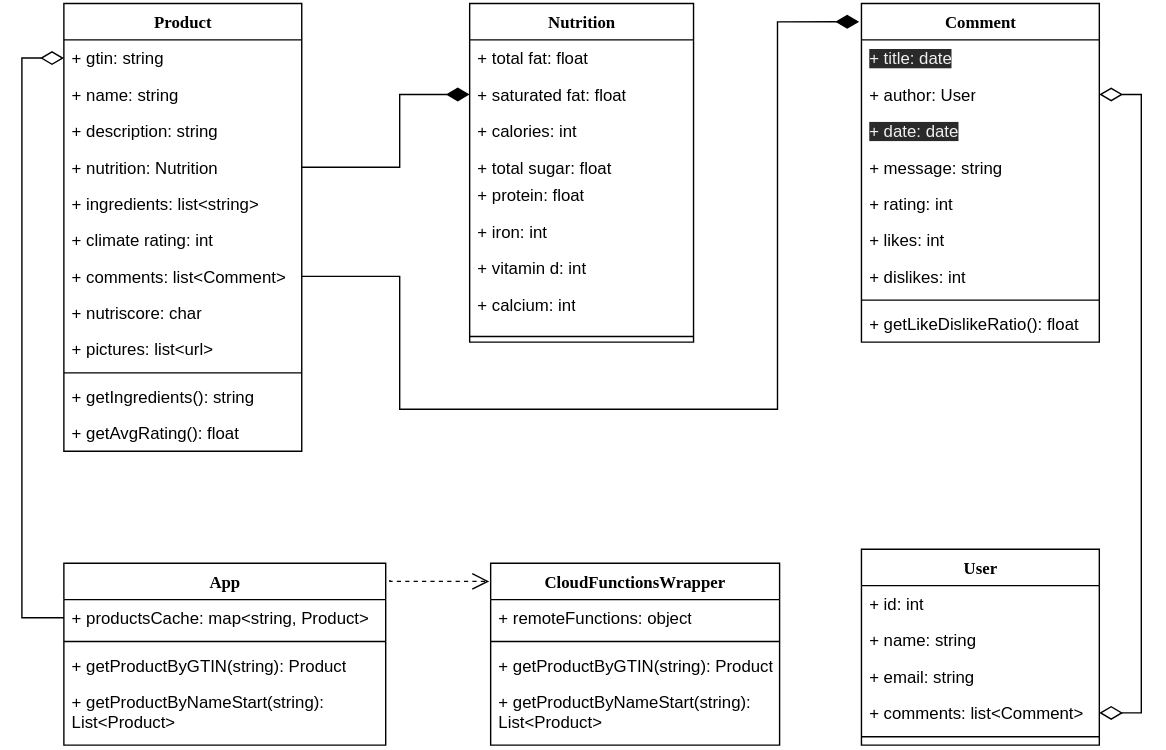
Above: resources/Class_Diagram.svg in TeamNewtry/NewtryDocumentation (draw.io), before the change. Source tidied: cells renumbered, new cells last; positions are measured from the earlier drawing's top-left corner, leaving out a move shared by most shapes. The source it was exported from:
```xml
<mxGraphModel>
  <root>
    <mxCell id="0" />
    <mxCell id="1" parent="0" />
    <mxCell id="2" value="Product" style="swimlane;html=1;fontStyle=1;align=center;verticalAlign=top;horizontal=1;startSize=26;swimlaneFillColor=none;rounded=0;shadow=0;comic=0;labelBackgroundColor=none;strokeWidth=1;fillColor=none;fontFamily=Verdana;fontSize=12;" parent="1" vertex="1">
      <mxGeometry width="170" height="320" as="geometry" />
    </mxCell>
    <mxCell id="3" value="+ gtin: string" style="text;html=1;strokeColor=none;fillColor=none;align=left;verticalAlign=top;spacingLeft=4;spacingRight=4;whiteSpace=wrap;overflow=hidden;points=[[0,0.5],[1,0.5]];portConstraint=eastwest;" parent="2" vertex="1">
      <mxGeometry y="26" width="170" height="26" as="geometry" />
    </mxCell>
    <mxCell id="4" value="+ name: string" style="text;html=1;strokeColor=none;fillColor=none;align=left;verticalAlign=top;spacingLeft=4;spacingRight=4;whiteSpace=wrap;overflow=hidden;" parent="2" vertex="1">
      <mxGeometry y="52" width="170" height="26" as="geometry" />
    </mxCell>
    <mxCell id="5" value="+ description: string" style="text;html=1;strokeColor=none;fillColor=none;align=left;verticalAlign=top;spacingLeft=4;spacingRight=4;whiteSpace=wrap;overflow=hidden;" parent="2" vertex="1">
      <mxGeometry y="78" width="170" height="26" as="geometry" />
    </mxCell>
    <mxCell id="6" value="+ nutrition: Nutrition" style="text;html=1;strokeColor=none;fillColor=none;align=left;verticalAlign=top;spacingLeft=4;spacingRight=4;whiteSpace=wrap;overflow=hidden;points=[[0,0.5],[1,0.5]];portConstraint=eastwest;" parent="2" vertex="1">
      <mxGeometry y="104" width="170" height="26" as="geometry" />
    </mxCell>
    <mxCell id="7" value="+ ingredients: list&amp;lt;string&amp;gt;" style="text;html=1;strokeColor=none;fillColor=none;align=left;verticalAlign=top;spacingLeft=4;spacingRight=4;whiteSpace=wrap;overflow=hidden;" parent="2" vertex="1">
      <mxGeometry y="130" width="170" height="26" as="geometry" />
    </mxCell>
    <mxCell id="8" value="+ climate rating: int" style="text;html=1;strokeColor=none;fillColor=none;align=left;verticalAlign=top;spacingLeft=4;spacingRight=4;whiteSpace=wrap;overflow=hidden;" parent="2" vertex="1">
      <mxGeometry y="156" width="170" height="26" as="geometry" />
    </mxCell>
    <mxCell id="9" value="+ comments: list&amp;lt;Comment&amp;gt;" style="text;html=1;strokeColor=none;fillColor=none;align=left;verticalAlign=top;spacingLeft=4;spacingRight=4;whiteSpace=wrap;overflow=hidden;points=[[0,0.5],[1,0.5]];portConstraint=eastwest;" parent="2" vertex="1">
      <mxGeometry y="182" width="170" height="26" as="geometry" />
    </mxCell>
    <mxCell id="10" value="+ nutriscore: char" style="text;html=1;strokeColor=none;fillColor=none;align=left;verticalAlign=top;spacingLeft=4;spacingRight=4;whiteSpace=wrap;overflow=hidden;" parent="2" vertex="1">
      <mxGeometry y="208" width="170" height="26" as="geometry" />
    </mxCell>
    <mxCell id="11" value="+ pictures: list&amp;lt;url&amp;gt;" style="text;html=1;strokeColor=none;fillColor=none;align=left;verticalAlign=top;spacingLeft=4;spacingRight=4;whiteSpace=wrap;overflow=hidden;" parent="2" vertex="1">
      <mxGeometry y="234" width="170" height="26" as="geometry" />
    </mxCell>
    <mxCell id="12" style="line;html=1;strokeWidth=1;fillColor=none;align=left;verticalAlign=middle;spacingTop=-1;spacingLeft=3;spacingRight=3;labelPosition=right;" parent="2" vertex="1">
      <mxGeometry y="260" width="170" height="8" as="geometry" />
    </mxCell>
    <mxCell id="13" value="+ getIngredients(): string" style="text;html=1;strokeColor=none;fillColor=none;align=left;verticalAlign=top;spacingLeft=4;spacingRight=4;whiteSpace=wrap;overflow=hidden;" parent="2" vertex="1">
      <mxGeometry y="268" width="170" height="26" as="geometry" />
    </mxCell>
    <mxCell id="14" value="+ getAvgRating(): float" style="text;html=1;strokeColor=none;fillColor=none;align=left;verticalAlign=top;spacingLeft=4;spacingRight=4;whiteSpace=wrap;overflow=hidden;" parent="2" vertex="1">
      <mxGeometry y="294" width="170" height="26" as="geometry" />
    </mxCell>
    <mxCell id="15" value="Nutrition" style="swimlane;html=1;fontStyle=1;align=center;verticalAlign=top;horizontal=1;startSize=26;swimlaneFillColor=none;rounded=0;shadow=0;comic=0;labelBackgroundColor=none;strokeWidth=1;fillColor=none;fontFamily=Verdana;fontSize=12;" parent="1" vertex="1">
      <mxGeometry x="290" width="160" height="242" as="geometry" />
    </mxCell>
    <mxCell id="16" value="+ total fat: float" style="text;html=1;strokeColor=none;fillColor=none;align=left;verticalAlign=top;spacingLeft=4;spacingRight=4;whiteSpace=wrap;overflow=hidden;" parent="15" vertex="1">
      <mxGeometry y="26" width="160" height="26" as="geometry" />
    </mxCell>
    <mxCell id="17" value="+ saturated fat: float" style="text;html=1;strokeColor=none;fillColor=none;align=left;verticalAlign=top;spacingLeft=4;spacingRight=4;whiteSpace=wrap;overflow=hidden;points=[[0,0.5],[1,0.5]];portConstraint=eastwest;" parent="15" vertex="1">
      <mxGeometry y="52" width="160" height="26" as="geometry" />
    </mxCell>
    <mxCell id="18" value="+ calories: int" style="text;html=1;strokeColor=none;fillColor=none;align=left;verticalAlign=top;spacingLeft=4;spacingRight=4;whiteSpace=wrap;overflow=hidden;" parent="15" vertex="1">
      <mxGeometry y="78" width="160" height="26" as="geometry" />
    </mxCell>
    <mxCell id="19" value="+ total sugar: float" style="text;html=1;strokeColor=none;fillColor=none;align=left;verticalAlign=top;spacingLeft=4;spacingRight=4;whiteSpace=wrap;overflow=hidden;" parent="15" vertex="1">
      <mxGeometry y="104" width="160" height="20" as="geometry" />
    </mxCell>
    <mxCell id="20" value="+ protein: float" style="text;html=1;strokeColor=none;fillColor=none;align=left;verticalAlign=top;spacingLeft=4;spacingRight=4;whiteSpace=wrap;overflow=hidden;" parent="15" vertex="1">
      <mxGeometry y="124" width="160" height="26" as="geometry" />
    </mxCell>
    <mxCell id="21" value="+ iron: int" style="text;html=1;strokeColor=none;fillColor=none;align=left;verticalAlign=top;spacingLeft=4;spacingRight=4;whiteSpace=wrap;overflow=hidden;" parent="15" vertex="1">
      <mxGeometry y="150" width="160" height="26" as="geometry" />
    </mxCell>
    <mxCell id="22" value="+ vitamin d: int" style="text;html=1;strokeColor=none;fillColor=none;align=left;verticalAlign=top;spacingLeft=4;spacingRight=4;whiteSpace=wrap;overflow=hidden;" parent="15" vertex="1">
      <mxGeometry y="176" width="160" height="26" as="geometry" />
    </mxCell>
    <mxCell id="23" value="+ calcium: int" style="text;html=1;strokeColor=none;fillColor=none;align=left;verticalAlign=top;spacingLeft=4;spacingRight=4;whiteSpace=wrap;overflow=hidden;" parent="15" vertex="1">
      <mxGeometry y="202" width="160" height="32" as="geometry" />
    </mxCell>
    <mxCell id="24" style="line;html=1;strokeWidth=1;fillColor=none;align=left;verticalAlign=middle;spacingTop=-1;spacingLeft=3;spacingRight=3;labelPosition=right;" parent="15" vertex="1">
      <mxGeometry y="234" width="160" height="8" as="geometry" />
    </mxCell>
    <mxCell id="25" style="edgeStyle=orthogonalEdgeStyle;rounded=0;jettySize=auto;html=1;exitX=1.013;exitY=0.092;exitDx=0;exitDy=0;entryX=-0.005;entryY=0.1;entryDx=0;entryDy=0;dashed=1;endArrow=open;endFill=0;endSize=10;exitPerimeter=0;entryPerimeter=0;" parent="1" edge="1" source="26" target="41">
      <mxGeometry relative="1" as="geometry">
        <Array as="points">
          <mxPoint x="233" y="413" />
        </Array>
      </mxGeometry>
    </mxCell>
    <mxCell id="26" value="App" style="swimlane;html=1;fontStyle=1;align=center;verticalAlign=top;horizontal=1;startSize=26;swimlaneFillColor=none;rounded=0;shadow=0;comic=0;labelBackgroundColor=none;strokeWidth=1;fillColor=none;fontFamily=Verdana;fontSize=12;" parent="1" vertex="1">
      <mxGeometry y="400" width="230" height="130" as="geometry" />
    </mxCell>
    <mxCell id="27" value="+ productsCache: map&amp;lt;string, Product&amp;gt;" style="text;html=1;strokeColor=none;fillColor=none;align=left;verticalAlign=top;spacingLeft=4;spacingRight=4;whiteSpace=wrap;overflow=hidden;points=[[0,0.5],[1,0.5]];portConstraint=eastwest;" parent="26" vertex="1">
      <mxGeometry y="26" width="230" height="26" as="geometry" />
    </mxCell>
    <mxCell id="28" style="line;html=1;strokeWidth=1;fillColor=none;align=left;verticalAlign=middle;spacingTop=-1;spacingLeft=3;spacingRight=3;labelPosition=right;" parent="26" vertex="1">
      <mxGeometry y="52" width="230" height="8" as="geometry" />
    </mxCell>
    <mxCell id="29" value="+ getProductByGTIN(string): Product" style="text;html=1;strokeColor=none;fillColor=none;align=left;verticalAlign=top;spacingLeft=4;spacingRight=4;whiteSpace=wrap;overflow=hidden;" parent="26" vertex="1">
      <mxGeometry y="60" width="230" height="26" as="geometry" />
    </mxCell>
    <mxCell id="30" value="+ getProductByNameStart(string): List&amp;lt;Product&amp;gt;" style="text;html=1;strokeColor=none;fillColor=none;align=left;verticalAlign=top;spacingLeft=4;spacingRight=4;whiteSpace=wrap;overflow=hidden;" parent="26" vertex="1">
      <mxGeometry y="86" width="230" height="44" as="geometry" />
    </mxCell>
    <mxCell id="31" value="Comment" style="swimlane;html=1;fontStyle=1;align=center;verticalAlign=top;horizontal=1;startSize=26;swimlaneFillColor=none;rounded=0;shadow=0;comic=0;labelBackgroundColor=none;strokeWidth=1;fillColor=none;fontFamily=Verdana;fontSize=12;" parent="1" vertex="1">
      <mxGeometry x="570" width="170" height="242" as="geometry" />
    </mxCell>
    <mxCell id="32" value="&lt;span style=&quot;color: rgb(240 , 240 , 240) ; font-family: &amp;#34;helvetica&amp;#34; ; font-size: 12px ; font-style: normal ; font-weight: 400 ; letter-spacing: normal ; text-align: left ; text-indent: 0px ; text-transform: none ; word-spacing: 0px ; background-color: rgb(42 , 42 , 42) ; display: inline ; float: none&quot;&gt;+ title: date&lt;/span&gt;" style="text;html=1;strokeColor=none;fillColor=none;align=left;verticalAlign=top;spacingLeft=4;spacingRight=4;whiteSpace=wrap;overflow=hidden;" parent="31" vertex="1">
      <mxGeometry y="26" width="170" height="26" as="geometry" />
    </mxCell>
    <mxCell id="33" value="+ author: User" style="text;html=1;strokeColor=none;fillColor=none;align=left;verticalAlign=top;spacingLeft=4;spacingRight=4;whiteSpace=wrap;overflow=hidden;points=[[0,0.5],[1,0.5]];portConstraint=eastwest;" parent="31" vertex="1">
      <mxGeometry y="52" width="170" height="26" as="geometry" />
    </mxCell>
    <mxCell id="34" value="&lt;meta charset=&quot;utf-8&quot;&gt;&lt;span style=&quot;color: rgb(240, 240, 240); font-family: helvetica; font-size: 12px; font-style: normal; font-weight: 400; letter-spacing: normal; text-align: left; text-indent: 0px; text-transform: none; word-spacing: 0px; background-color: rgb(42, 42, 42); display: inline; float: none;&quot;&gt;+ date: date&lt;/span&gt;" style="text;html=1;strokeColor=none;fillColor=none;align=left;verticalAlign=top;spacingLeft=4;spacingRight=4;whiteSpace=wrap;overflow=hidden;" parent="31" vertex="1">
      <mxGeometry y="78" width="170" height="26" as="geometry" />
    </mxCell>
    <mxCell id="35" value="+ message: string" style="text;html=1;strokeColor=none;fillColor=none;align=left;verticalAlign=top;spacingLeft=4;spacingRight=4;whiteSpace=wrap;overflow=hidden;" parent="31" vertex="1">
      <mxGeometry y="104" width="170" height="26" as="geometry" />
    </mxCell>
    <mxCell id="36" value="+ rating: int" style="text;html=1;strokeColor=none;fillColor=none;align=left;verticalAlign=top;spacingLeft=4;spacingRight=4;whiteSpace=wrap;overflow=hidden;" parent="31" vertex="1">
      <mxGeometry y="130" width="170" height="26" as="geometry" />
    </mxCell>
    <mxCell id="37" value="+ likes: int" style="text;html=1;strokeColor=none;fillColor=none;align=left;verticalAlign=top;spacingLeft=4;spacingRight=4;whiteSpace=wrap;overflow=hidden;" parent="31" vertex="1">
      <mxGeometry y="156" width="170" height="26" as="geometry" />
    </mxCell>
    <mxCell id="38" value="+ dislikes: int" style="text;html=1;strokeColor=none;fillColor=none;align=left;verticalAlign=top;spacingLeft=4;spacingRight=4;whiteSpace=wrap;overflow=hidden;" parent="31" vertex="1">
      <mxGeometry y="182" width="170" height="26" as="geometry" />
    </mxCell>
    <mxCell id="39" style="line;html=1;strokeWidth=1;fillColor=none;align=left;verticalAlign=middle;spacingTop=-1;spacingLeft=3;spacingRight=3;labelPosition=right;" parent="31" vertex="1">
      <mxGeometry y="208" width="170" height="8" as="geometry" />
    </mxCell>
    <mxCell id="40" value="+ getLikeDislikeRatio(): float" style="text;html=1;strokeColor=none;fillColor=none;align=left;verticalAlign=top;spacingLeft=4;spacingRight=4;whiteSpace=wrap;overflow=hidden;" parent="31" vertex="1">
      <mxGeometry y="216" width="170" height="26" as="geometry" />
    </mxCell>
    <mxCell id="41" value="CloudFunctionsWrapper" style="swimlane;html=1;fontStyle=1;align=center;verticalAlign=top;horizontal=1;startSize=26;swimlaneFillColor=none;rounded=0;shadow=0;comic=0;labelBackgroundColor=none;strokeWidth=1;fillColor=none;fontFamily=Verdana;fontSize=12;" parent="1" vertex="1">
      <mxGeometry x="305" y="400" width="206.5" height="130" as="geometry" />
    </mxCell>
    <mxCell id="42" value="+ remoteFunctions: object" style="text;html=1;strokeColor=none;fillColor=none;align=left;verticalAlign=top;spacingLeft=4;spacingRight=4;whiteSpace=wrap;overflow=hidden;" parent="41" vertex="1">
      <mxGeometry y="26" width="206.5" height="26" as="geometry" />
    </mxCell>
    <mxCell id="43" style="line;html=1;strokeWidth=1;fillColor=none;align=left;verticalAlign=middle;spacingTop=-1;spacingLeft=3;spacingRight=3;labelPosition=right;" parent="41" vertex="1">
      <mxGeometry y="52" width="206.5" height="8" as="geometry" />
    </mxCell>
    <mxCell id="44" value="+ getProductByGTIN(string): Product" style="text;html=1;strokeColor=none;fillColor=none;align=left;verticalAlign=top;spacingLeft=4;spacingRight=4;whiteSpace=wrap;overflow=hidden;" parent="41" vertex="1">
      <mxGeometry y="60" width="206.5" height="26" as="geometry" />
    </mxCell>
    <mxCell id="45" value="+ getProductByNameStart(string): List&amp;lt;Product&amp;gt;" style="text;html=1;strokeColor=none;fillColor=none;align=left;verticalAlign=top;spacingLeft=4;spacingRight=4;whiteSpace=wrap;overflow=hidden;" parent="41" vertex="1">
      <mxGeometry y="86" width="206.5" height="44" as="geometry" />
    </mxCell>
    <mxCell id="46" style="edgeStyle=orthogonalEdgeStyle;rounded=0;jettySize=auto;html=1;exitX=0;exitY=0.5;exitDx=0;exitDy=0;entryX=0;entryY=0.5;entryDx=0;entryDy=0;endArrow=diamondThin;endFill=0;strokeWidth=1;endSize=14;" parent="1" edge="1" source="27" target="3">
      <mxGeometry relative="1" as="geometry" />
    </mxCell>
    <mxCell id="47" value="User" style="swimlane;html=1;fontStyle=1;align=center;verticalAlign=top;horizontal=1;startSize=26;swimlaneFillColor=none;rounded=0;shadow=0;comic=0;labelBackgroundColor=none;strokeWidth=1;fillColor=none;fontFamily=Verdana;fontSize=12;" parent="1" vertex="1">
      <mxGeometry x="570" y="390" width="170" height="140" as="geometry" />
    </mxCell>
    <mxCell id="48" value="+ id: int" style="text;html=1;strokeColor=none;fillColor=none;align=left;verticalAlign=top;spacingLeft=4;spacingRight=4;whiteSpace=wrap;overflow=hidden;" parent="47" vertex="1">
      <mxGeometry y="26" width="170" height="26" as="geometry" />
    </mxCell>
    <mxCell id="49" value="+ name: string" style="text;html=1;strokeColor=none;fillColor=none;align=left;verticalAlign=top;spacingLeft=4;spacingRight=4;whiteSpace=wrap;overflow=hidden;" parent="47" vertex="1">
      <mxGeometry y="52" width="170" height="26" as="geometry" />
    </mxCell>
    <mxCell id="50" value="+ email: string" style="text;html=1;strokeColor=none;fillColor=none;align=left;verticalAlign=top;spacingLeft=4;spacingRight=4;whiteSpace=wrap;overflow=hidden;" parent="47" vertex="1">
      <mxGeometry y="78" width="170" height="26" as="geometry" />
    </mxCell>
    <mxCell id="51" value="+ comments: list&amp;lt;Comment&amp;gt;" style="text;html=1;strokeColor=none;fillColor=none;align=left;verticalAlign=top;spacingLeft=4;spacingRight=4;whiteSpace=wrap;overflow=hidden;points=[[0,0.5],[1,0.5]];portConstraint=eastwest;" parent="47" vertex="1">
      <mxGeometry y="104" width="170" height="26" as="geometry" />
    </mxCell>
    <mxCell id="52" style="line;html=1;strokeWidth=1;fillColor=none;align=left;verticalAlign=middle;spacingTop=-1;spacingLeft=3;spacingRight=3;labelPosition=right;" parent="47" vertex="1">
      <mxGeometry y="130" width="170" height="8" as="geometry" />
    </mxCell>
    <mxCell id="53" style="edgeStyle=orthogonalEdgeStyle;rounded=0;jettySize=auto;html=1;exitX=1;exitY=0.5;exitDx=0;exitDy=0;entryX=1;entryY=0.5;entryDx=0;entryDy=0;startArrow=diamondThin;startFill=0;endArrow=diamondThin;endFill=0;startSize=14;endSize=14;strokeWidth=1;" parent="1" edge="1" source="33" target="51">
      <mxGeometry relative="1" as="geometry" />
    </mxCell>
    <mxCell id="54" style="edgeStyle=orthogonalEdgeStyle;rounded=0;jettySize=auto;html=1;exitX=1;exitY=0.5;exitDx=0;exitDy=0;entryX=-0.01;entryY=0.054;entryDx=0;entryDy=0;entryPerimeter=0;endArrow=diamondThin;endFill=1;strokeWidth=1;endSize=14;" parent="1" edge="1" source="9" target="31">
      <mxGeometry relative="1" as="geometry">
        <Array as="points">
          <mxPoint x="240" y="195" />
          <mxPoint x="240" y="290" />
          <mxPoint x="510" y="290" />
          <mxPoint x="510" y="13" />
        </Array>
      </mxGeometry>
    </mxCell>
    <mxCell id="55" style="edgeStyle=orthogonalEdgeStyle;rounded=0;jettySize=auto;html=1;exitX=1;exitY=0.5;exitDx=0;exitDy=0;entryX=0;entryY=0.5;entryDx=0;entryDy=0;endArrow=diamondThin;endFill=1;endSize=14;" parent="1" edge="1" source="6" target="17">
      <mxGeometry relative="1" as="geometry">
        <Array as="points">
          <mxPoint x="240" y="117" />
          <mxPoint x="240" y="65" />
        </Array>
      </mxGeometry>
    </mxCell>
  </root>
</mxGraphModel>
```
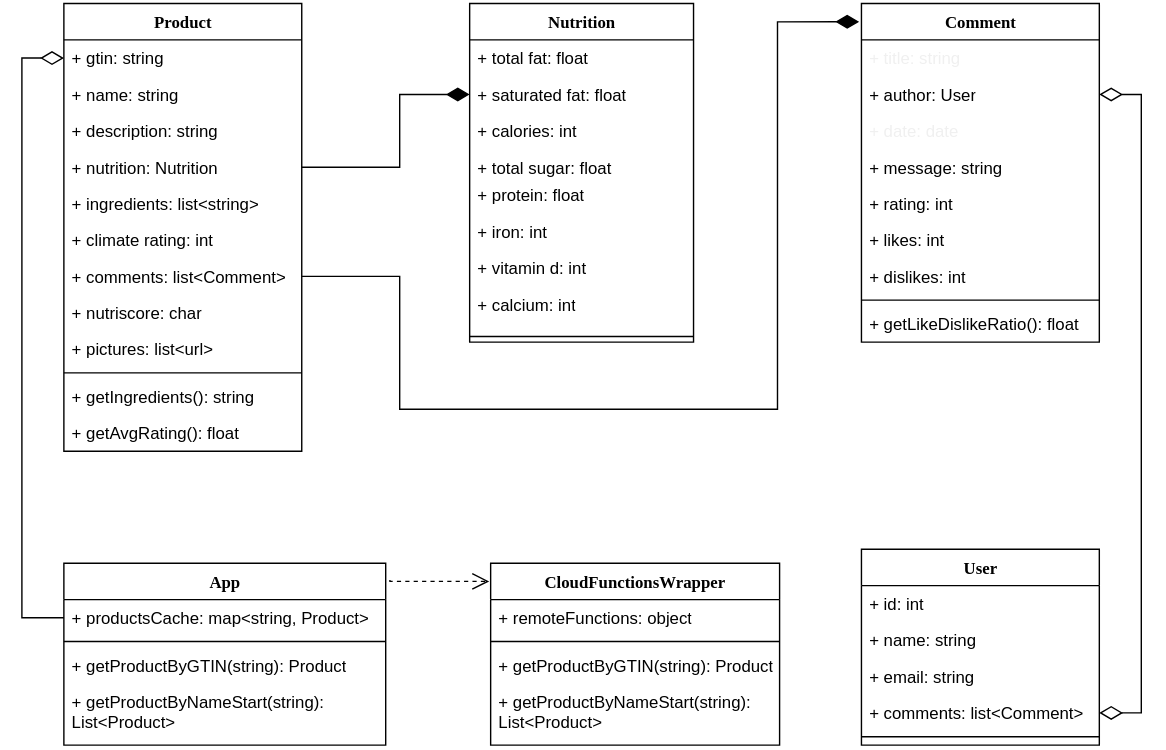
After the change.

Commit message:
Fix: background and type error

Change to the diagram source:
```diff
@@ -96,13 +96,13 @@
     <mxCell id="31" value="Comment" style="swimlane;html=1;fontStyle=1;align=center;verticalAlign=top;horizontal=1;startSize=26;swimlaneFillColor=none;rounded=0;shadow=0;comic=0;labelBackgroundColor=none;strokeWidth=1;fillColor=none;fontFamily=Verdana;fontSize=12;" parent="1" vertex="1">
       <mxGeometry x="570" width="170" height="242" as="geometry" />
     </mxCell>
-    <mxCell id="32" value="&lt;span style=&quot;color: rgb(240 , 240 , 240) ; font-family: &amp;#34;helvetica&amp;#34; ; font-size: 12px ; font-style: normal ; font-weight: 400 ; letter-spacing: normal ; text-align: left ; text-indent: 0px ; text-transform: none ; word-spacing: 0px ; background-color: rgb(42 , 42 , 42) ; display: inline ; float: none&quot;&gt;+ title: date&lt;/span&gt;" style="text;html=1;strokeColor=none;fillColor=none;align=left;verticalAlign=top;spacingLeft=4;spacingRight=4;whiteSpace=wrap;overflow=hidden;" parent="31" vertex="1">
+    <mxCell id="32" value="&lt;span style=&quot;color: rgb(240 , 240 , 240) ; font-family: &amp;#34;helvetica&amp;#34; ; font-size: 12px ; font-style: normal ; font-weight: 400 ; letter-spacing: normal ; text-align: left ; text-indent: 0px ; text-transform: none ; word-spacing: 0px ; display: inline ; float: none&quot;&gt;+ title: string&lt;br&gt;&lt;br&gt;&lt;/span&gt;" style="text;html=1;strokeColor=none;fillColor=none;align=left;verticalAlign=top;spacingLeft=4;spacingRight=4;whiteSpace=wrap;overflow=hidden;" parent="31" vertex="1">
       <mxGeometry y="26" width="170" height="26" as="geometry" />
     </mxCell>
     <mxCell id="33" value="+ author: User" style="text;html=1;strokeColor=none;fillColor=none;align=left;verticalAlign=top;spacingLeft=4;spacingRight=4;whiteSpace=wrap;overflow=hidden;points=[[0,0.5],[1,0.5]];portConstraint=eastwest;" parent="31" vertex="1">
       <mxGeometry y="52" width="170" height="26" as="geometry" />
     </mxCell>
-    <mxCell id="34" value="&lt;meta charset=&quot;utf-8&quot;&gt;&lt;span style=&quot;color: rgb(240, 240, 240); font-family: helvetica; font-size: 12px; font-style: normal; font-weight: 400; letter-spacing: normal; text-align: left; text-indent: 0px; text-transform: none; word-spacing: 0px; background-color: rgb(42, 42, 42); display: inline; float: none;&quot;&gt;+ date: date&lt;/span&gt;" style="text;html=1;strokeColor=none;fillColor=none;align=left;verticalAlign=top;spacingLeft=4;spacingRight=4;whiteSpace=wrap;overflow=hidden;" parent="31" vertex="1">
+    <mxCell id="34" value="&lt;span style=&quot;color: rgb(240 , 240 , 240) ; font-family: &amp;#34;helvetica&amp;#34; ; font-size: 12px ; font-style: normal ; font-weight: 400 ; letter-spacing: normal ; text-align: left ; text-indent: 0px ; text-transform: none ; word-spacing: 0px ; display: inline ; float: none&quot;&gt;+ date: date&lt;/span&gt;" style="text;html=1;strokeColor=none;fillColor=none;align=left;verticalAlign=top;spacingLeft=4;spacingRight=4;whiteSpace=wrap;overflow=hidden;" parent="31" vertex="1">
       <mxGeometry y="78" width="170" height="26" as="geometry" />
     </mxCell>
     <mxCell id="35" value="+ message: string" style="text;html=1;strokeColor=none;fillColor=none;align=left;verticalAlign=top;spacingLeft=4;spacingRight=4;whiteSpace=wrap;overflow=hidden;" parent="31" vertex="1">
```
